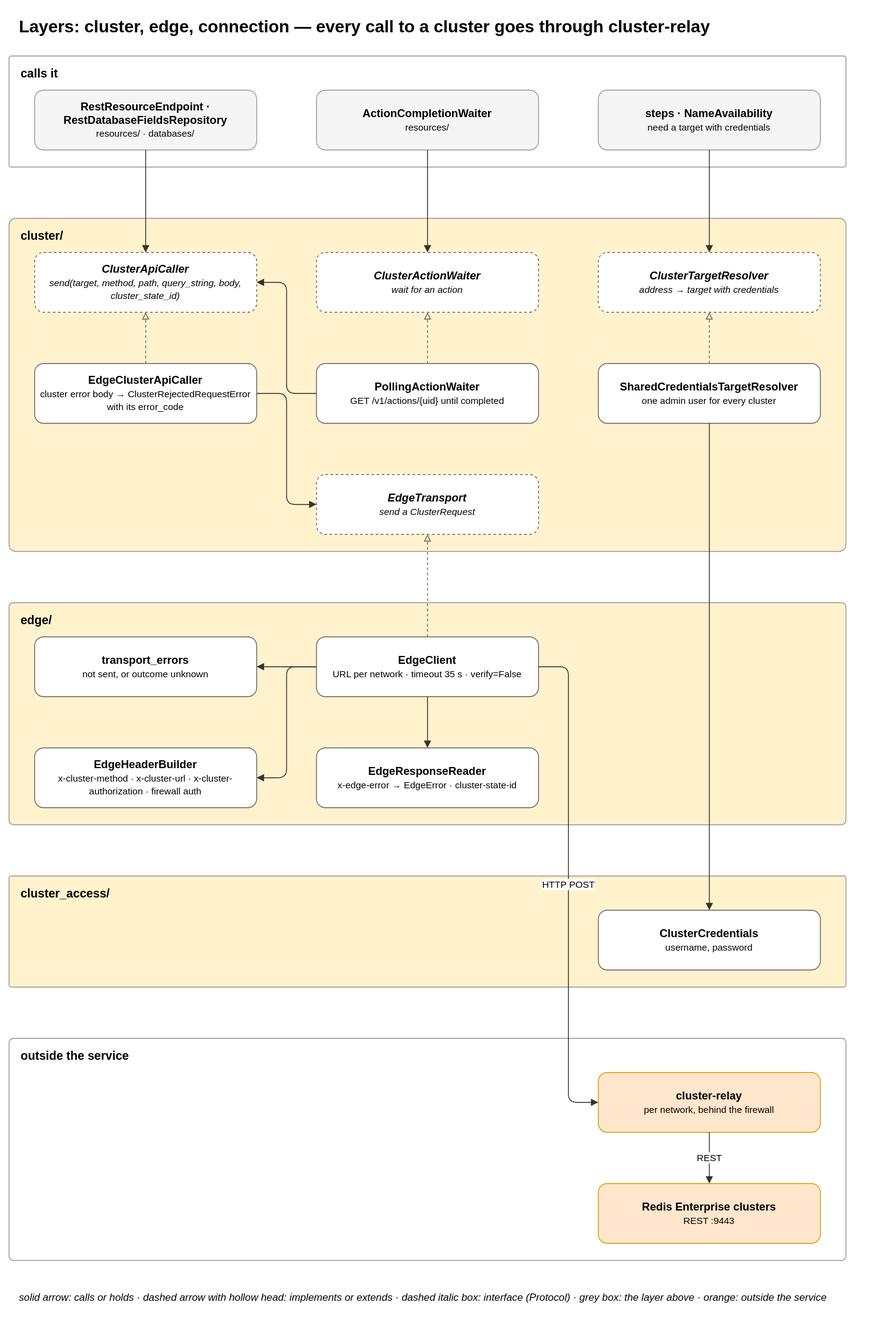
Above: docs/diagrams/08-layer-transport.drawio.svg in EliShteinman/redis-enterprise-services (draw.io), before the change. Source tidied: cells renumbered, new cells last; positions are measured from the earlier drawing's top-left corner, leaving out a move shared by most shapes.
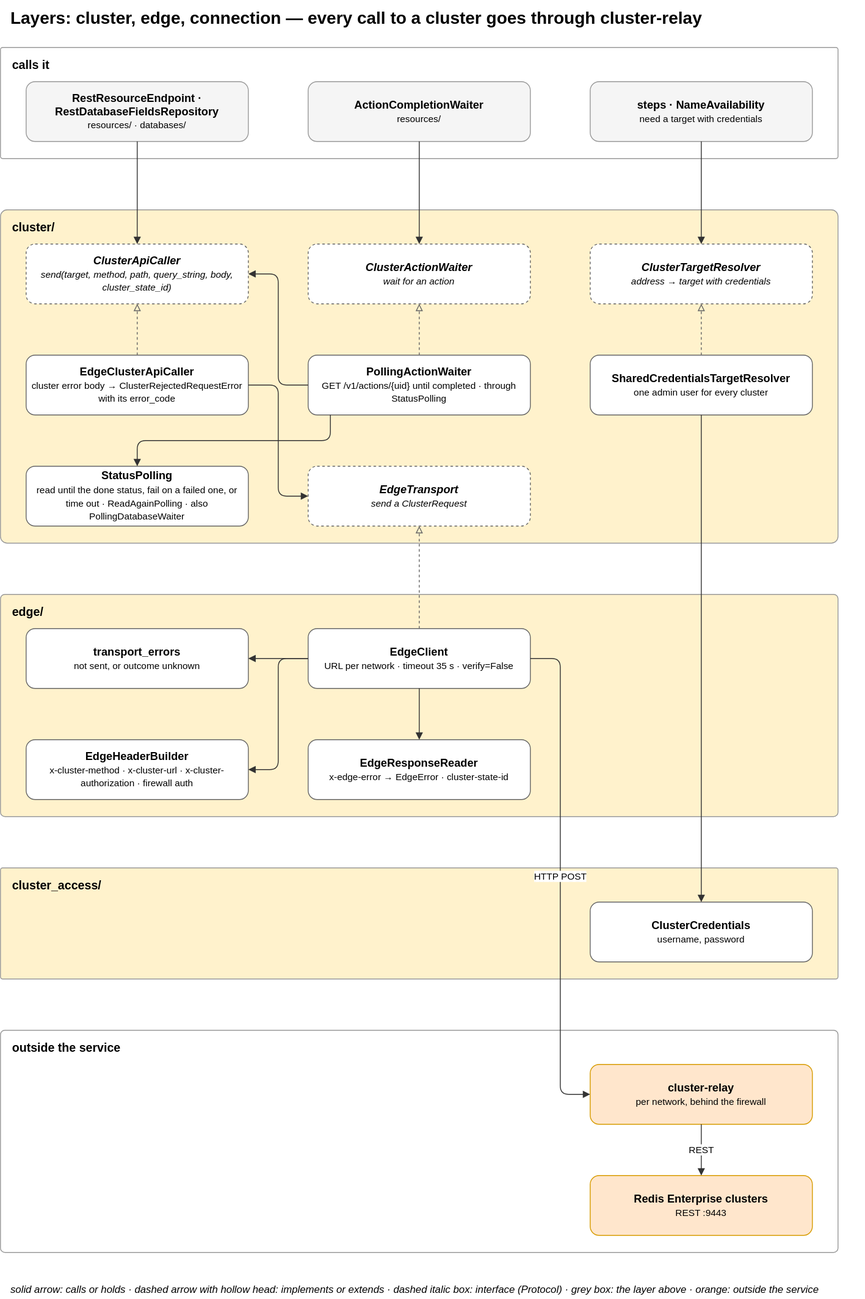
After the commit.

Commit message:
docs(diagrams): StatusPolling, user_resources, lock_keys, ensure_matches and the role in the permission

Diff of the diagram source:
```diff
@@ -32,7 +32,7 @@
     <mxCell id="11" value="&lt;b&gt;EdgeClusterApiCaller&lt;/b&gt;&lt;br&gt;&lt;font style='font-size:11px'&gt;cluster error body → ClusterRejectedRequestError with its error_code&lt;/font&gt;" style="rounded=1;whiteSpace=wrap;html=1;fillColor=#ffffff;strokeColor=#666666;fontSize=13;" parent="1" vertex="1">
       <mxGeometry x="30" y="415" width="260" height="70" as="geometry" />
     </mxCell>
-    <mxCell id="12" value="&lt;b&gt;PollingActionWaiter&lt;/b&gt;&lt;br&gt;&lt;font style='font-size:11px'&gt;GET /v1/actions/{uid} until completed&lt;/font&gt;" style="rounded=1;whiteSpace=wrap;html=1;fillColor=#ffffff;strokeColor=#666666;fontSize=13;" parent="1" vertex="1">
+    <mxCell id="12" value="&lt;b&gt;PollingActionWaiter&lt;/b&gt;&lt;br&gt;&lt;font style='font-size:11px'&gt;GET /v1/actions/{uid} until completed · through StatusPolling&lt;/font&gt;" style="rounded=1;whiteSpace=wrap;html=1;fillColor=#ffffff;strokeColor=#666666;fontSize=13;" parent="1" vertex="1">
       <mxGeometry x="360" y="415" width="260" height="70" as="geometry" />
     </mxCell>
     <mxCell id="13" value="&lt;b&gt;SharedCredentialsTargetResolver&lt;/b&gt;&lt;br&gt;&lt;font style='font-size:11px'&gt;one admin user for every cluster&lt;/font&gt;" style="rounded=1;whiteSpace=wrap;html=1;fillColor=#ffffff;strokeColor=#666666;fontSize=13;" parent="1" vertex="1">
@@ -119,5 +119,16 @@
     <mxCell id="40" value="&lt;i&gt;solid arrow: calls or holds · dashed arrow with hollow head: implements or extends · dashed italic box: interface (Protocol) · grey box: the layer above · orange: outside the service&lt;/i&gt;" style="text;html=1;fontSize=12;align=left;" parent="1" vertex="1">
       <mxGeometry x="10" y="1495" width="1000" height="24" as="geometry" />
     </mxCell>
+    <mxCell id="41" value="&lt;b&gt;StatusPolling&lt;/b&gt;&lt;br&gt;&lt;font style='font-size:11px'&gt;read until the done status, fail on a failed one, or time out · ReadAgainPolling · also PollingDatabaseWaiter&lt;/font&gt;" style="rounded=1;whiteSpace=wrap;html=1;fillColor=#ffffff;strokeColor=#666666;fontSize=13;" parent="1" vertex="1">
+      <mxGeometry x="30" y="545" width="260" height="70" as="geometry" />
+    </mxCell>
+    <mxCell id="42" style="edgeStyle=orthogonalEdgeStyle;rounded=1;html=1;fontSize=11;labelBackgroundColor=#ffffff;endArrow=block;strokeColor=#333333;exitX=0.1;exitY=1;entryX=0.5;entryY=0;" parent="1" edge="1" source="12" target="41">
+      <mxGeometry relative="1" as="geometry">
+        <Array as="points">
+          <mxPoint x="386" y="515" />
+          <mxPoint x="160" y="515" />
+        </Array>
+      </mxGeometry>
+    </mxCell>
   </root>
 </mxGraphModel>
```
